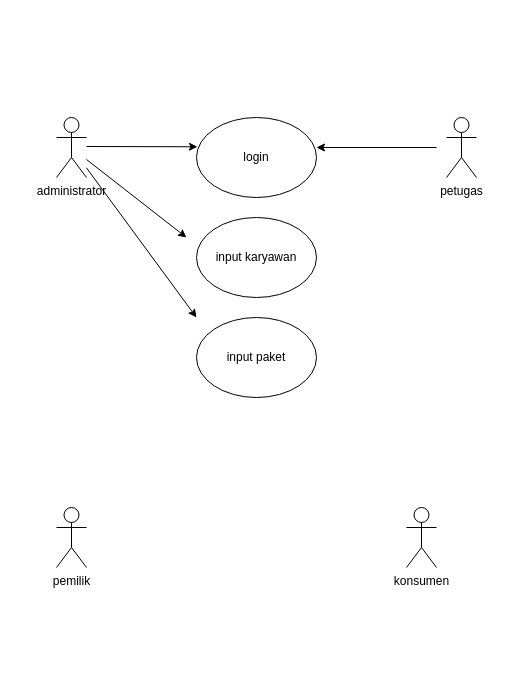
Before: Untitled Diagram.drawio in bintang1221/laundry, a draw.io diagram. Source tidied: cells renumbered, new cells numbered last; positions are measured from the earlier drawing's top-left corner, leaving out a move shared by most shapes. Both pictures are drawn from the tidied source at 100%, with x=0, y=0 at pixel (56, 117).
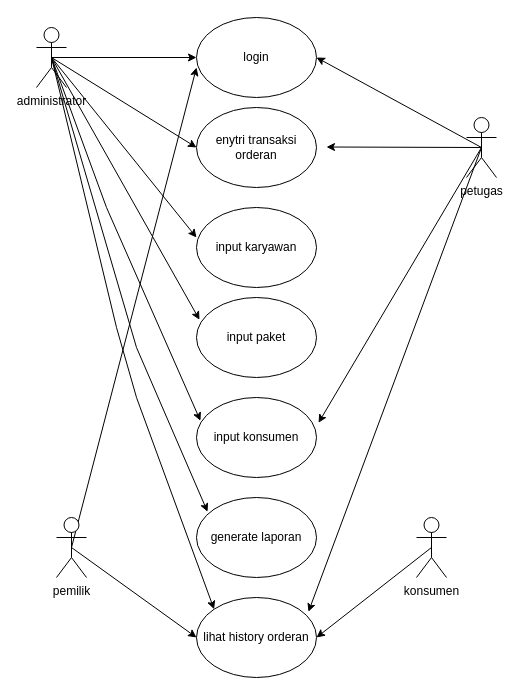
After the change.

Change to the diagram source:
```diff
@@
+    <mxCell id="5" value="administrator" style="shape=umlActor;verticalLabelPosition=bottom;verticalAlign=top;html=1;outlineConnect=0;" parent="1" vertex="1">
+      <mxGeometry x="-20" y="-90" width="30" height="60" as="geometry" />
+    </mxCell>
-    <mxCell id="2" style="rounded=0;jettySize=auto;html=1;entryX=0.008;entryY=0.366;entryDx=0;entryDy=0;entryPerimeter=0;" parent="1" edge="1" target="10">
-      <mxGeometry relative="1" as="geometry">
-        <mxPoint x="30" y="29" as="sourcePoint" />
-      </mxGeometry>
+    <mxCell id="2" style="rounded=0;jettySize=auto;html=1;entryX=0;entryY=0.5;entryDx=0;entryDy=0;exitX=0.5;exitY=0.5;exitDx=0;exitDy=0;exitPerimeter=0;" parent="1" edge="1" source="5" target="10">
+      <mxGeometry relative="1" as="geometry" />
     </mxCell>
-    <mxCell id="3" style="edgeStyle=none;rounded=0;orthogonalLoop=1;jettySize=auto;html=1;" parent="1" edge="1">
+    <mxCell id="3" style="edgeStyle=none;rounded=0;jettySize=auto;html=1;exitX=0.5;exitY=0.5;exitDx=0;exitDy=0;exitPerimeter=0;" parent="1" edge="1" source="5">
       <mxGeometry relative="1" as="geometry">
-        <mxPoint x="30" y="42" as="sourcePoint" />
-        <mxPoint x="130" y="120" as="targetPoint" />
+        <mxPoint x="140" y="120" as="targetPoint" />
       </mxGeometry>
     </mxCell>
-    <mxCell id="4" style="edgeStyle=none;rounded=0;jettySize=auto;html=1;" parent="1" edge="1" source="5">
-      <mxGeometry relative="1" as="geometry">
-        <mxPoint x="140" y="200" as="targetPoint" />
-      </mxGeometry>
+    <mxCell id="4" style="edgeStyle=none;rounded=0;jettySize=auto;html=1;entryX=0.025;entryY=0.278;entryDx=0;entryDy=0;entryPerimeter=0;exitX=0.5;exitY=0.5;exitDx=0;exitDy=0;exitPerimeter=0;" parent="1" edge="1" source="5" target="12">
+      <mxGeometry relative="1" as="geometry" />
     </mxCell>
-    <mxCell id="5" value="administrator" style="shape=umlActor;verticalLabelPosition=bottom;verticalAlign=top;html=1;outlineConnect=0;" parent="1" vertex="1">
-      <mxGeometry width="30" height="60" as="geometry" />
-    </mxCell>
+    <mxCell id="13" style="edgeStyle=none;rounded=0;jettySize=auto;html=1;entryX=0;entryY=0.5;entryDx=0;entryDy=0;exitX=0.5;exitY=0.5;exitDx=0;exitDy=0;exitPerimeter=0;" parent="1" edge="1" source="5" target="23">
+      <mxGeometry relative="1" as="geometry" />
+    </mxCell>
+    <mxCell id="14" style="edgeStyle=none;rounded=0;jettySize=auto;html=1;entryX=0.033;entryY=0.291;entryDx=0;entryDy=0;entryPerimeter=0;exitX=0.5;exitY=0.5;exitDx=0;exitDy=0;exitPerimeter=0;" parent="1" edge="1" source="5" target="24">
+      <mxGeometry relative="1" as="geometry">
+        <Array as="points">
+          <mxPoint x="50" y="90" />
+        </Array>
+      </mxGeometry>
+    </mxCell>
+    <mxCell id="15" style="edgeStyle=none;rounded=0;jettySize=auto;html=1;entryX=0;entryY=0;entryDx=0;entryDy=0;exitX=0.5;exitY=0.5;exitDx=0;exitDy=0;exitPerimeter=0;" parent="1" edge="1" source="5" target="25">
+      <mxGeometry relative="1" as="geometry">
+        <Array as="points">
+          <mxPoint x="60" y="210" />
+          <mxPoint x="80" y="280" />
+        </Array>
+      </mxGeometry>
+    </mxCell>
+    <mxCell id="16" style="edgeStyle=none;rounded=0;jettySize=auto;html=1;entryX=0.092;entryY=0.178;entryDx=0;entryDy=0;entryPerimeter=0;exitX=0.5;exitY=0.5;exitDx=0;exitDy=0;exitPerimeter=0;" parent="1" edge="1" source="5" target="26">
+      <mxGeometry relative="1" as="geometry">
+        <Array as="points">
+          <mxPoint x="80" y="230" />
+        </Array>
+      </mxGeometry>
+    </mxCell>
-    <mxCell id="6" style="rounded=0;orthogonalLoop=1;jettySize=auto;html=1;" parent="1" edge="1">
+    <mxCell id="6" style="rounded=0;jettySize=auto;html=1;exitX=0.5;exitY=0.5;exitDx=0;exitDy=0;exitPerimeter=0;" parent="1" edge="1" source="7">
       <mxGeometry relative="1" as="geometry">
-        <mxPoint x="380" y="30" as="sourcePoint" />
-        <mxPoint x="260" y="30" as="targetPoint" />
+        <mxPoint x="270" y="29.5" as="targetPoint" />
       </mxGeometry>
     </mxCell>
+    <mxCell id="17" style="edgeStyle=none;rounded=0;jettySize=auto;html=1;entryX=0.933;entryY=0.178;entryDx=0;entryDy=0;entryPerimeter=0;exitX=0.5;exitY=0.5;exitDx=0;exitDy=0;exitPerimeter=0;" parent="1" edge="1" source="7" target="25">
+      <mxGeometry relative="1" as="geometry" />
+    </mxCell>
+    <mxCell id="18" style="edgeStyle=none;rounded=0;jettySize=auto;html=1;entryX=1.017;entryY=0.316;entryDx=0;entryDy=0;entryPerimeter=0;exitX=0.5;exitY=0.5;exitDx=0;exitDy=0;exitPerimeter=0;" parent="1" edge="1" source="7" target="24">
+      <mxGeometry relative="1" as="geometry" />
+    </mxCell>
+    <mxCell id="19" style="edgeStyle=none;rounded=0;jettySize=auto;html=1;entryX=1;entryY=0.5;entryDx=0;entryDy=0;exitX=0.5;exitY=0.5;exitDx=0;exitDy=0;exitPerimeter=0;" parent="1" edge="1" source="7" target="10">
+      <mxGeometry relative="1" as="geometry" />
+    </mxCell>
     <mxCell id="7" value="petugas" style="shape=umlActor;verticalLabelPosition=bottom;verticalAlign=top;html=1;outlineConnect=0;" parent="1" vertex="1">
-      <mxGeometry x="390" width="30" height="60" as="geometry" />
+      <mxGeometry x="410" width="30" height="60" as="geometry" />
     </mxCell>
+    <mxCell id="20" style="edgeStyle=none;rounded=0;jettySize=auto;html=1;exitX=0.5;exitY=0.5;exitDx=0;exitDy=0;exitPerimeter=0;entryX=1;entryY=0.5;entryDx=0;entryDy=0;" parent="1" edge="1" source="8" target="25">
+      <mxGeometry relative="1" as="geometry" />
+    </mxCell>
     <mxCell id="8" value="konsumen" style="shape=umlActor;verticalLabelPosition=bottom;verticalAlign=top;html=1;outlineConnect=0;" parent="1" vertex="1">
-      <mxGeometry x="350" y="390" width="30" height="60" as="geometry" />
+      <mxGeometry x="360" y="400" width="30" height="60" as="geometry" />
     </mxCell>
+    <mxCell id="21" style="edgeStyle=none;rounded=0;jettySize=auto;html=1;exitX=0.5;exitY=0.5;exitDx=0;exitDy=0;exitPerimeter=0;entryX=0;entryY=0.5;entryDx=0;entryDy=0;" parent="1" edge="1" source="9" target="25">
+      <mxGeometry relative="1" as="geometry" />
+    </mxCell>
+    <mxCell id="22" style="edgeStyle=none;rounded=0;jettySize=auto;html=1;exitX=0.5;exitY=0.5;exitDx=0;exitDy=0;exitPerimeter=0;entryX=0;entryY=0.625;entryDx=0;entryDy=0;entryPerimeter=0;" parent="1" edge="1" source="9" target="10">
+      <mxGeometry relative="1" as="geometry" />
+    </mxCell>
     <mxCell id="9" value="pemilik" style="shape=umlActor;verticalLabelPosition=bottom;verticalAlign=top;html=1;outlineConnect=0;" parent="1" vertex="1">
-      <mxGeometry y="390" width="30" height="60" as="geometry" />
+      <mxGeometry y="400" width="30" height="60" as="geometry" />
     </mxCell>
     <mxCell id="10" value="login" style="ellipse;whiteSpace=wrap;html=1;" parent="1" vertex="1">
-      <mxGeometry x="140" width="120" height="80" as="geometry" />
+      <mxGeometry x="140" y="-100" width="120" height="80" as="geometry" />
     </mxCell>
     <mxCell id="11" value="input karyawan" style="ellipse;whiteSpace=wrap;html=1;" parent="1" vertex="1">
-      <mxGeometry x="140" y="100" width="120" height="80" as="geometry" />
+      <mxGeometry x="140" y="90" width="120" height="80" as="geometry" />
     </mxCell>
     <mxCell id="12" value="input paket" style="ellipse;whiteSpace=wrap;html=1;" parent="1" vertex="1">
-      <mxGeometry x="140" y="200" width="120" height="80" as="geometry" />
+      <mxGeometry x="140" y="180" width="120" height="80" as="geometry" />
     </mxCell>
+    <mxCell id="23" value="enytri transaksi orderan" style="ellipse;whiteSpace=wrap;html=1;" parent="1" vertex="1">
+      <mxGeometry x="140" y="-10" width="120" height="80" as="geometry" />
+    </mxCell>
+    <mxCell id="24" value="input konsumen" style="ellipse;whiteSpace=wrap;html=1;" parent="1" vertex="1">
+      <mxGeometry x="140" y="280" width="120" height="80" as="geometry" />
+    </mxCell>
+    <mxCell id="25" value="lihat history orderan" style="ellipse;whiteSpace=wrap;html=1;" parent="1" vertex="1">
+      <mxGeometry x="140" y="480" width="120" height="80" as="geometry" />
+    </mxCell>
+    <mxCell id="26" value="generate laporan" style="ellipse;whiteSpace=wrap;html=1;" parent="1" vertex="1">
+      <mxGeometry x="140" y="380" width="120" height="80" as="geometry" />
+    </mxCell>
```
